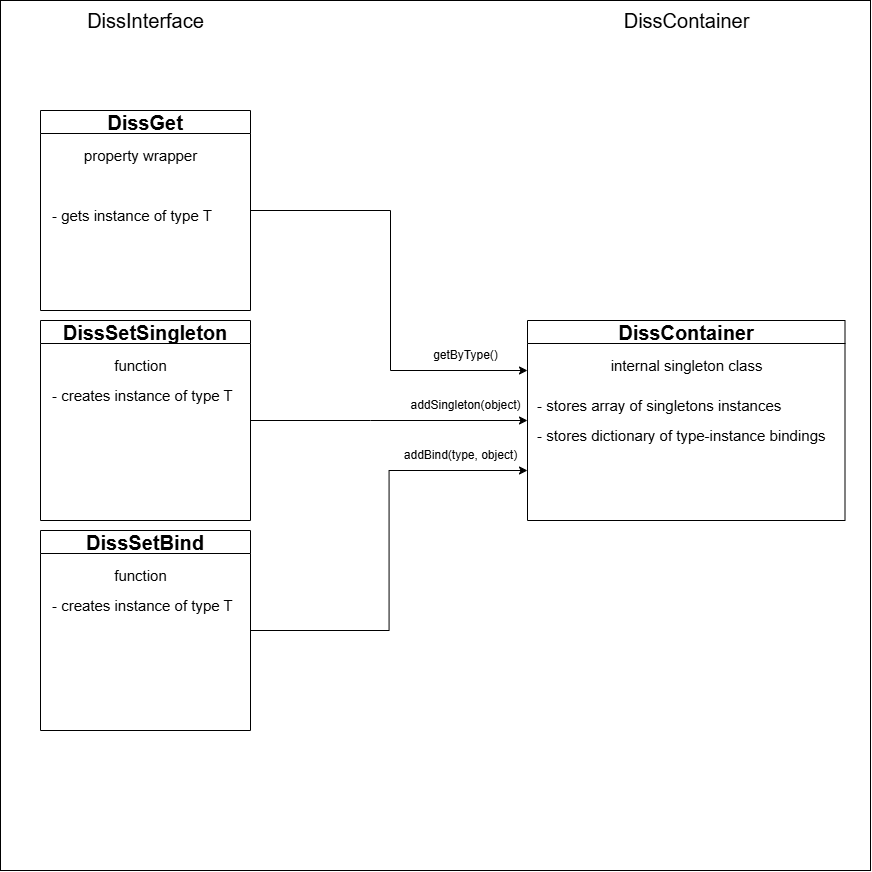
Above: docs/DissArchitecture.png in RomanMeringueTie/DISS (draw.io), before the change. Source tidied: cells renumbered, new cells last; positions are measured from the earlier drawing's top-left corner, leaving out a move shared by most shapes.
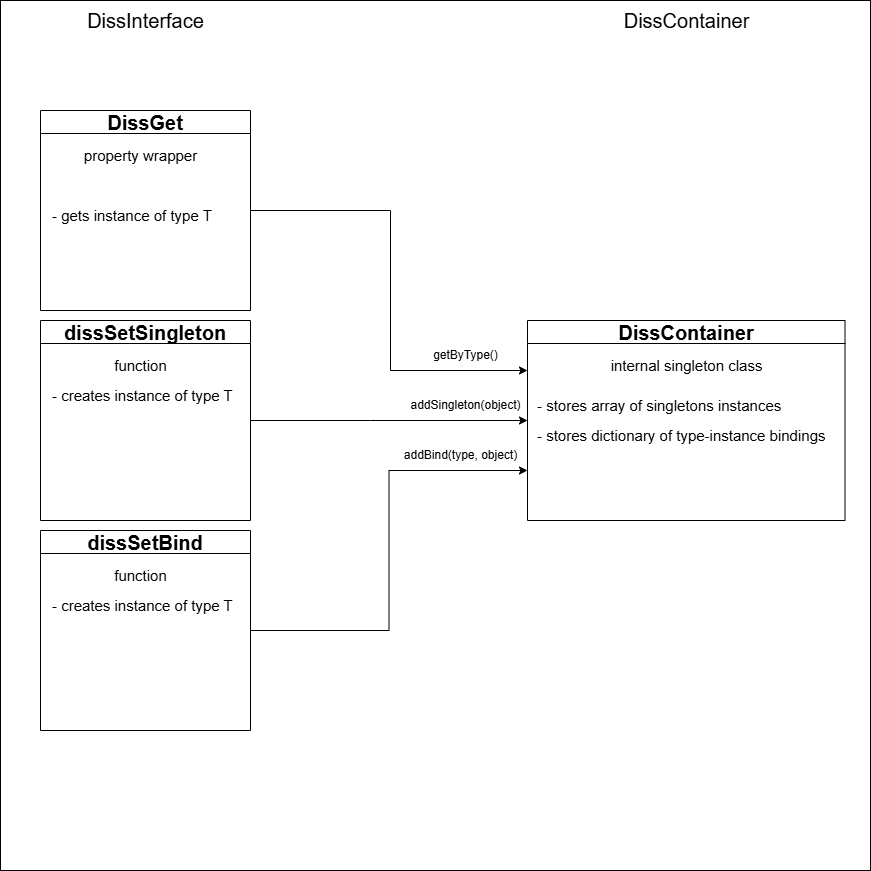
Above is the later version.

What changed in the source:
```diff
@@ -2,9 +2,9 @@
   <root>
     <mxCell id="0" />
     <mxCell id="1" parent="0" />
-    <mxCell id="2" style="whiteSpace=wrap;html=1;" parent="1" vertex="1">
-      <mxGeometry width="870" height="870" as="geometry" />
-    </mxCell>
+    <mxCell id="24" style="whiteSpace=wrap;html=1;" parent="1" vertex="1">
+      <mxGeometry width="870" height="870" as="geometry" />
+    </mxCell>
     <mxCell id="3" style="edgeStyle=orthogonalEdgeStyle;rounded=0;jettySize=auto;html=1;exitX=1;exitY=0.5;exitDx=0;exitDy=0;entryX=0;entryY=0.25;entryDx=0;entryDy=0;" parent="1" edge="1" source="4" target="7">
       <mxGeometry relative="1" as="geometry">
         <Array as="points">
@@ -37,38 +37,38 @@
     <mxCell id="11" value="getByType()" style="text;html=1;align=center;verticalAlign=middle;strokeColor=none;fillColor=none;" parent="1" vertex="1">
       <mxGeometry x="420" y="340" width="90" height="30" as="geometry" />
     </mxCell>
-    <mxCell id="12" style="edgeStyle=orthogonalEdgeStyle;rounded=0;jettySize=auto;html=1;exitX=1;exitY=0.5;exitDx=0;exitDy=0;entryX=0;entryY=0.5;entryDx=0;entryDy=0;" parent="1" edge="1" source="13" target="7">
-      <mxGeometry relative="1" as="geometry">
-        <Array as="points">
-          <mxPoint x="370" y="420" />
-          <mxPoint x="370" y="420" />
-        </Array>
-      </mxGeometry>
-    </mxCell>
-    <mxCell id="13" value="&lt;font style=&quot;font-size: 20px;&quot;&gt;DissSetSingleton&lt;/font&gt;" style="swimlane;whiteSpace=wrap;html=1;" parent="1" vertex="1">
-      <mxGeometry x="40" y="320" width="210" height="200" as="geometry" />
-    </mxCell>
-    <mxCell id="14" value="&lt;div style=&quot;&quot;&gt;&lt;span style=&quot;font-size: 15px; background-color: transparent; color: light-dark(rgb(0, 0, 0), rgb(255, 255, 255));&quot;&gt;function&lt;/span&gt;&lt;/div&gt;" style="text;html=1;align=center;verticalAlign=middle;strokeColor=none;fillColor=none;" parent="13" vertex="1">
-      <mxGeometry x="60" y="30" width="80" height="30" as="geometry" />
-    </mxCell>
-    <mxCell id="15" value="&lt;div style=&quot;text-align: center;&quot;&gt;&lt;span style=&quot;font-size: 15px;&quot;&gt;- creates instance of type T&lt;br&gt;&lt;/span&gt;&lt;/div&gt;" style="text;html=1;align=left;verticalAlign=middle;strokeColor=none;fillColor=none;" parent="13" vertex="1">
-      <mxGeometry x="10" y="60" width="200" height="30" as="geometry" />
-    </mxCell>
+    <mxCell id="25" style="edgeStyle=orthogonalEdgeStyle;rounded=0;jettySize=auto;html=1;exitX=1;exitY=0.5;exitDx=0;exitDy=0;entryX=0;entryY=0.5;entryDx=0;entryDy=0;" parent="1" edge="1" source="26" target="7">
+      <mxGeometry relative="1" as="geometry">
+        <Array as="points">
+          <mxPoint x="370" y="420" />
+          <mxPoint x="370" y="420" />
+        </Array>
+      </mxGeometry>
+    </mxCell>
+    <mxCell id="26" value="&lt;font style=&quot;font-size: 20px;&quot;&gt;dissSetSingleton&lt;/font&gt;" style="swimlane;whiteSpace=wrap;html=1;" parent="1" vertex="1">
+      <mxGeometry x="40" y="320" width="210" height="200" as="geometry" />
+    </mxCell>
+    <mxCell id="27" value="&lt;div style=&quot;&quot;&gt;&lt;span style=&quot;font-size: 15px; background-color: transparent; color: light-dark(rgb(0, 0, 0), rgb(255, 255, 255));&quot;&gt;function&lt;/span&gt;&lt;/div&gt;" style="text;html=1;align=center;verticalAlign=middle;strokeColor=none;fillColor=none;" parent="26" vertex="1">
+      <mxGeometry x="60" y="30" width="80" height="30" as="geometry" />
+    </mxCell>
+    <mxCell id="28" value="&lt;div style=&quot;text-align: center;&quot;&gt;&lt;span style=&quot;font-size: 15px;&quot;&gt;- creates instance of type T&lt;br&gt;&lt;/span&gt;&lt;/div&gt;" style="text;html=1;align=left;verticalAlign=middle;strokeColor=none;fillColor=none;" parent="26" vertex="1">
+      <mxGeometry x="10" y="60" width="200" height="30" as="geometry" />
+    </mxCell>
     <mxCell id="16" value="addSingleton(object)" style="text;html=1;align=center;verticalAlign=middle;strokeColor=none;fillColor=none;" parent="1" vertex="1">
       <mxGeometry x="400" y="390" width="130" height="30" as="geometry" />
     </mxCell>
-    <mxCell id="17" style="edgeStyle=orthogonalEdgeStyle;rounded=0;jettySize=auto;html=1;exitX=1;exitY=0.5;exitDx=0;exitDy=0;entryX=0;entryY=0.75;entryDx=0;entryDy=0;" parent="1" edge="1" source="18" target="7">
-      <mxGeometry relative="1" as="geometry" />
-    </mxCell>
-    <mxCell id="18" value="&lt;font style=&quot;font-size: 20px;&quot;&gt;DissSetBind&lt;/font&gt;" style="swimlane;whiteSpace=wrap;html=1;" parent="1" vertex="1">
-      <mxGeometry x="40" y="530" width="210" height="200" as="geometry" />
-    </mxCell>
-    <mxCell id="19" value="&lt;div style=&quot;&quot;&gt;&lt;span style=&quot;font-size: 15px; background-color: transparent; color: light-dark(rgb(0, 0, 0), rgb(255, 255, 255));&quot;&gt;function&lt;/span&gt;&lt;/div&gt;" style="text;html=1;align=center;verticalAlign=middle;strokeColor=none;fillColor=none;" parent="18" vertex="1">
-      <mxGeometry x="60" y="30" width="80" height="30" as="geometry" />
-    </mxCell>
-    <mxCell id="20" value="&lt;div style=&quot;text-align: center;&quot;&gt;&lt;span style=&quot;font-size: 15px;&quot;&gt;- creates instance of type T&lt;br&gt;&lt;/span&gt;&lt;/div&gt;" style="text;html=1;align=left;verticalAlign=middle;strokeColor=none;fillColor=none;" parent="18" vertex="1">
-      <mxGeometry x="10" y="60" width="200" height="30" as="geometry" />
-    </mxCell>
+    <mxCell id="29" style="edgeStyle=orthogonalEdgeStyle;rounded=0;jettySize=auto;html=1;exitX=1;exitY=0.5;exitDx=0;exitDy=0;entryX=0;entryY=0.75;entryDx=0;entryDy=0;" parent="1" edge="1" source="30" target="7">
+      <mxGeometry relative="1" as="geometry" />
+    </mxCell>
+    <mxCell id="30" value="&lt;font style=&quot;font-size: 20px;&quot;&gt;dissSetBind&lt;/font&gt;" style="swimlane;whiteSpace=wrap;html=1;" parent="1" vertex="1">
+      <mxGeometry x="40" y="530" width="210" height="200" as="geometry" />
+    </mxCell>
+    <mxCell id="31" value="&lt;div style=&quot;&quot;&gt;&lt;span style=&quot;font-size: 15px; background-color: transparent; color: light-dark(rgb(0, 0, 0), rgb(255, 255, 255));&quot;&gt;function&lt;/span&gt;&lt;/div&gt;" style="text;html=1;align=center;verticalAlign=middle;strokeColor=none;fillColor=none;" parent="30" vertex="1">
+      <mxGeometry x="60" y="30" width="80" height="30" as="geometry" />
+    </mxCell>
+    <mxCell id="32" value="&lt;div style=&quot;text-align: center;&quot;&gt;&lt;span style=&quot;font-size: 15px;&quot;&gt;- creates instance of type T&lt;br&gt;&lt;/span&gt;&lt;/div&gt;" style="text;html=1;align=left;verticalAlign=middle;strokeColor=none;fillColor=none;" parent="30" vertex="1">
+      <mxGeometry x="10" y="60" width="200" height="30" as="geometry" />
+    </mxCell>
     <mxCell id="21" value="addBind(type, object)" style="text;html=1;align=center;verticalAlign=middle;strokeColor=none;fillColor=none;" parent="1" vertex="1">
       <mxGeometry x="390" y="440" width="140" height="30" as="geometry" />
     </mxCell>
```
